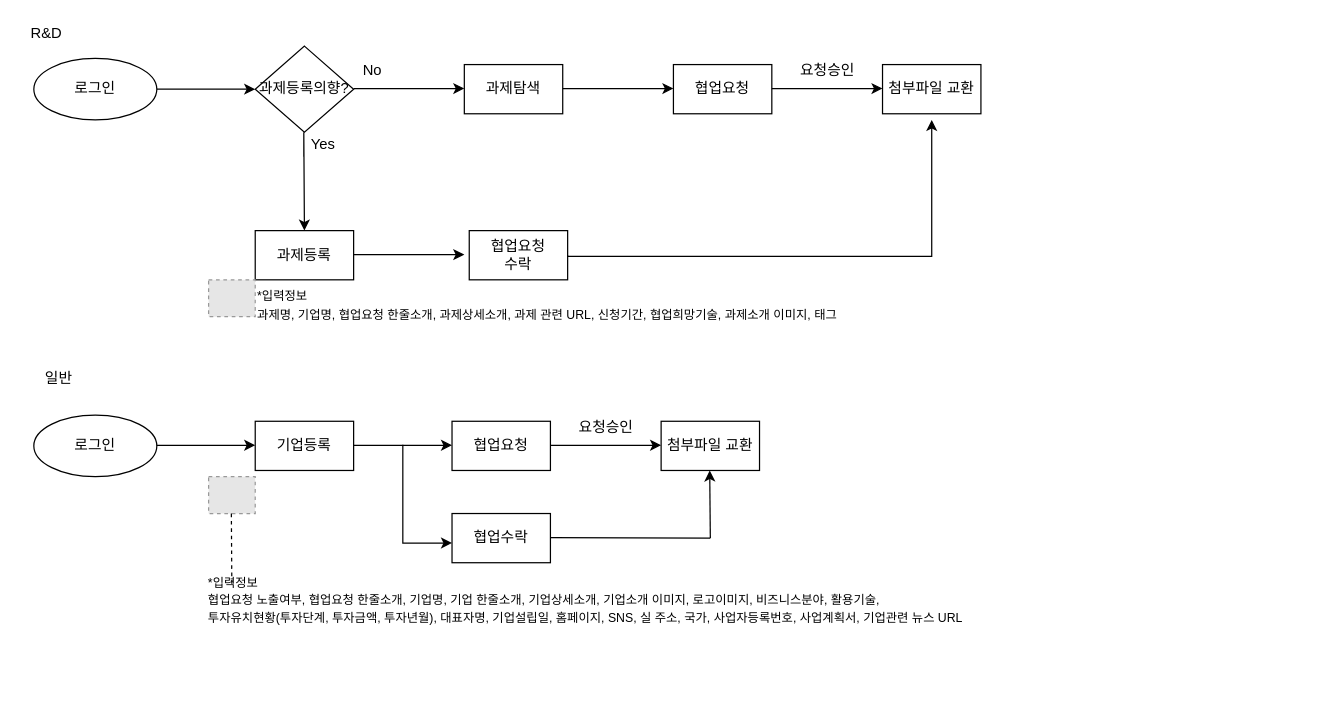
Lucidhomme/TIL keeps this draw.io diagram as 협업_수정.drawio. Above is the earlier version. Source tidied: cells renumbered, new cells numbered last; positions are measured from the earlier drawing's top-left corner, leaving out a move shared by most shapes. Both pictures are drawn from the tidied source at 123%, with x=0, y=0 at pixel (21, 21). Pictures stored in the file or linked from it are replaced by grey dashed boxes.
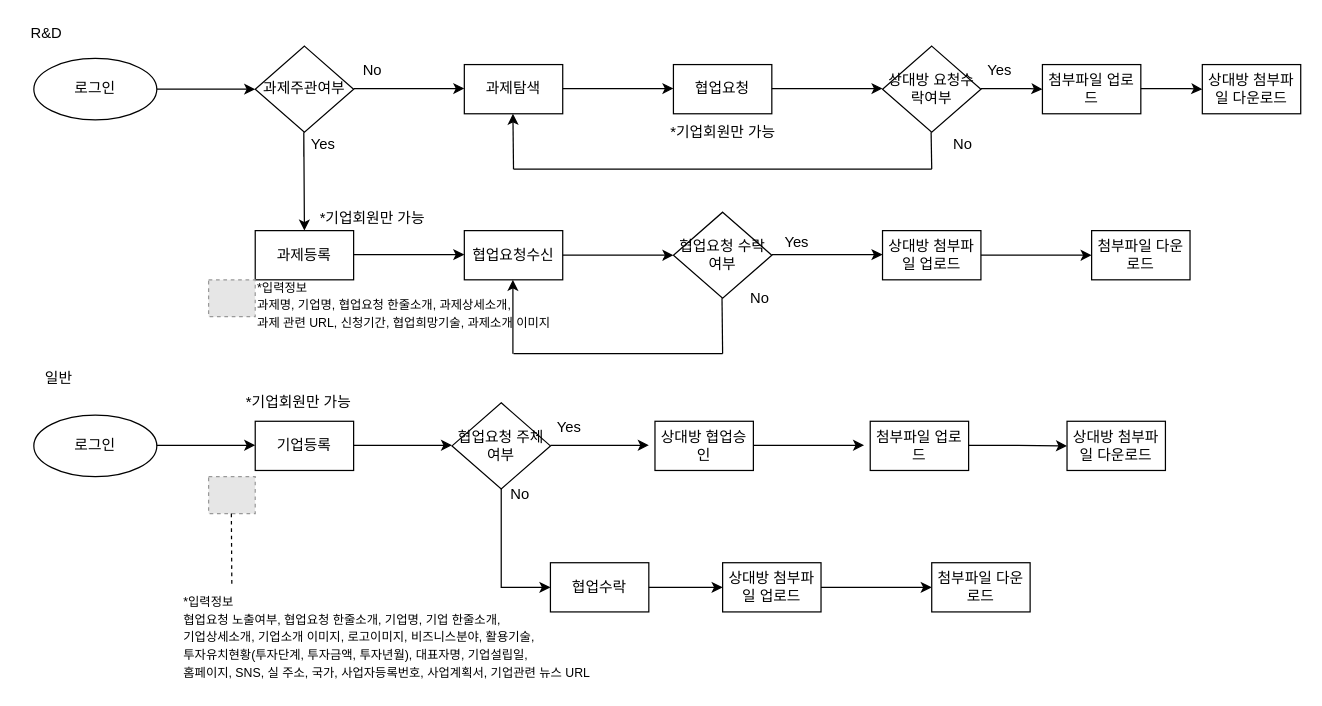
The same diagram, later.

Change to the diagram source:
```diff
@@
-    <mxCell id="5" value="과제등록의향?" style="rhombus;whiteSpace=wrap;html=1;" parent="1" vertex="1">
+    <mxCell id="5" value="과제주관여부" style="rhombus;whiteSpace=wrap;html=1;" parent="1" vertex="1">
       <mxGeometry x="190" y="20" width="80" height="70" as="geometry" />
     </mxCell>
@@
-    <mxCell id="15" value="첨부파일 교환" style="rounded=0;whiteSpace=wrap;html=1;" parent="1" vertex="1">
-      <mxGeometry x="700" y="35" width="80" height="40" as="geometry" />
+    <mxCell id="15" value="첨부파일 업로드" style="rounded=0;whiteSpace=wrap;html=1;" parent="1" vertex="1">
+      <mxGeometry x="830" y="35" width="80" height="40" as="geometry" />
     </mxCell>
-    <mxCell id="16" value="요청승인" style="text;html=1;align=center;verticalAlign=middle;fillColor=none;strokeColor=none;rounded=0;" parent="1" vertex="1">
-      <mxGeometry x="625" y="30" width="60" height="20" as="geometry" />
-    </mxCell>
@@
-    <mxCell id="18" value="협업요청&lt;br&gt;수락" style="rounded=0;whiteSpace=wrap;html=1;" parent="1" vertex="1">
-      <mxGeometry x="364" y="170" width="80" height="40" as="geometry" />
-    </mxCell>
-    <mxCell id="19" style="edgeStyle=orthogonalEdgeStyle;rounded=0;orthogonalLoop=1;jettySize=auto;html=1;" parent="1" edge="1">
-      <mxGeometry relative="1" as="geometry">
-        <mxPoint x="444" y="190" as="sourcePoint" />
-        <mxPoint x="740" y="80" as="targetPoint" />
-        <Array as="points">
-          <mxPoint x="444" y="191" />
-          <mxPoint x="740" y="191" />
-          <mxPoint x="740" y="80" />
-        </Array>
-      </mxGeometry>
-    </mxCell>
@@
-    <mxCell id="25" value="협업요청" style="rounded=0;whiteSpace=wrap;html=1;" parent="1" vertex="1">
-      <mxGeometry x="350" y="325" width="80" height="40" as="geometry" />
+    <mxCell id="25" value="상대방 협업승인" style="rounded=0;whiteSpace=wrap;html=1;" parent="1" vertex="1">
+      <mxGeometry x="515" y="325" width="80" height="40" as="geometry" />
     </mxCell>
     <mxCell id="26" style="edgeStyle=orthogonalEdgeStyle;rounded=0;orthogonalLoop=1;jettySize=auto;html=1;" parent="1" edge="1">
       <mxGeometry relative="1" as="geometry">
-        <mxPoint x="430" y="344.5" as="sourcePoint" />
-        <mxPoint x="520" y="344.5" as="targetPoint" />
+        <mxPoint x="595" y="344.5" as="sourcePoint" />
+        <mxPoint x="685" y="344.5" as="targetPoint" />
         <Array as="points">
-          <mxPoint x="470" y="345" />
-          <mxPoint x="470" y="345" />
+          <mxPoint x="635" y="345" />
+          <mxPoint x="635" y="345" />
         </Array>
       </mxGeometry>
     </mxCell>
-    <mxCell id="27" value="요청승인" style="text;html=1;align=center;verticalAlign=middle;fillColor=none;strokeColor=none;rounded=0;" parent="1" vertex="1">
-      <mxGeometry x="445" y="320" width="60" height="20" as="geometry" />
-    </mxCell>
-    <mxCell id="28" value="첨부파일 교환" style="rounded=0;whiteSpace=wrap;html=1;" parent="1" vertex="1">
-      <mxGeometry x="520" y="325" width="80" height="40" as="geometry" />
-    </mxCell>
     <mxCell id="29" style="edgeStyle=orthogonalEdgeStyle;rounded=0;orthogonalLoop=1;jettySize=auto;html=1;" parent="1" edge="1">
       <mxGeometry relative="1" as="geometry">
-        <mxPoint x="310" y="364" as="sourcePoint" />
-        <mxPoint x="350" y="424" as="targetPoint" />
+        <mxPoint x="390" y="400" as="sourcePoint" />
+        <mxPoint x="430" y="460" as="targetPoint" />
         <Array as="points">
-          <mxPoint x="310" y="344" />
-          <mxPoint x="310" y="344" />
+          <mxPoint x="390" y="380" />
+          <mxPoint x="390" y="380" />
         </Array>
       </mxGeometry>
     </mxCell>
     <mxCell id="30" value="협업수락" style="rounded=0;whiteSpace=wrap;html=1;" parent="1" vertex="1">
-      <mxGeometry x="350" y="400" width="80" height="40" as="geometry" />
+      <mxGeometry x="430" y="440" width="80" height="40" as="geometry" />
     </mxCell>
-    <mxCell id="31" style="endArrow=none;html=1;" parent="1" edge="1">
-      <mxGeometry relative="1" as="geometry">
-        <mxPoint x="430" y="419.5" as="sourcePoint" />
-        <mxPoint x="560" y="420" as="targetPoint" />
-      </mxGeometry>
-    </mxCell>
     <mxCell id="32" style="endArrow=classic;html=1;" parent="1" edge="1">
       <mxGeometry relative="1" as="geometry">
-        <mxPoint x="560" y="420" as="sourcePoint" />
-        <mxPoint x="559.5" y="365" as="targetPoint" />
+        <mxPoint x="510" y="460" as="sourcePoint" />
+        <mxPoint x="570" y="460" as="targetPoint" />
       </mxGeometry>
     </mxCell>
@@
-    <mxCell id="35" value="&lt;font style=&quot;font-size: 10px&quot;&gt;*입력정보&lt;br&gt;&lt;/font&gt;&lt;p style=&quot;margin-top: 0pt ; margin-bottom: 0pt ; margin-left: 0in ; text-indent: 0in ; direction: ltr ; unicode-bidi: embed&quot;&gt;&lt;font style=&quot;font-size: 10px&quot;&gt;&lt;span style=&quot;font-family: &amp;#34;맑은 고딕&amp;#34;&quot;&gt;과제명&lt;/span&gt;&lt;span style=&quot;font-family: &amp;#34;맑은 고딕&amp;#34;&quot;&gt;, &lt;/span&gt;&lt;span style=&quot;font-family: &amp;#34;맑은 고딕&amp;#34;&quot;&gt;기업명&lt;/span&gt;&lt;span style=&quot;font-family: &amp;#34;맑은 고딕&amp;#34;&quot;&gt;, &lt;/span&gt;&lt;span style=&quot;font-family: &amp;#34;맑은 고딕&amp;#34;&quot;&gt;협업요청 &lt;/span&gt;&lt;span style=&quot;font-family: &amp;#34;맑은 고딕&amp;#34;&quot;&gt;한줄소개&lt;/span&gt;&lt;span style=&quot;font-family: &amp;#34;맑은 고딕&amp;#34;&quot;&gt;, 과제상세&lt;/span&gt;&lt;span style=&quot;font-family: &amp;#34;맑은 고딕&amp;#34;&quot;&gt;소개&lt;/span&gt;&lt;span style=&quot;font-family: &amp;#34;맑은 고딕&amp;#34;&quot;&gt;, &lt;/span&gt;&lt;span style=&quot;font-family: &amp;#34;맑은 고딕&amp;#34;&quot;&gt;과제 관련 &lt;/span&gt;&lt;span style=&quot;font-family: &amp;#34;맑은 고딕&amp;#34;&quot;&gt;URL&lt;/span&gt;&lt;span style=&quot;font-family: &amp;#34;맑은 고딕&amp;#34;&quot;&gt;, &lt;/span&gt;&lt;span style=&quot;font-family: &amp;#34;맑은 고딕&amp;#34;&quot;&gt;신청기간&lt;/span&gt;&lt;span style=&quot;font-family: &amp;#34;맑은 고딕&amp;#34;&quot;&gt;, &lt;/span&gt;&lt;span style=&quot;font-family: &amp;#34;맑은 고딕&amp;#34;&quot;&gt;협업희망기술&lt;/span&gt;&lt;span style=&quot;font-family: &amp;#34;맑은 고딕&amp;#34;&quot;&gt;, 과제소개&amp;nbsp;&lt;/span&gt;&lt;span style=&quot;font-family: &amp;#34;맑은 고딕&amp;#34;&quot;&gt;이미지&lt;/span&gt;&lt;span style=&quot;font-family: &amp;#34;맑은 고딕&amp;#34;&quot;&gt;, &lt;/span&gt;&lt;span style=&quot;font-family: &amp;#34;맑은 고딕&amp;#34;&quot;&gt;태그&lt;/span&gt;&lt;/font&gt;&lt;/p&gt;" style="text;html=1;align=left;verticalAlign=middle;fillColor=none;strokeColor=none;rounded=0;" parent="1" vertex="1">
-      <mxGeometry x="190" y="210" width="520" height="40" as="geometry" />
+    <mxCell id="35" value="&lt;font style=&quot;font-size: 10px&quot;&gt;*입력정보&lt;br&gt;&lt;/font&gt;&lt;p style=&quot;margin-top: 0pt ; margin-bottom: 0pt ; margin-left: 0in ; text-indent: 0in ; direction: ltr ; unicode-bidi: embed&quot;&gt;&lt;font style=&quot;font-size: 10px&quot;&gt;&lt;span style=&quot;font-family: &amp;#34;맑은 고딕&amp;#34;&quot;&gt;과제명&lt;/span&gt;&lt;span style=&quot;font-family: &amp;#34;맑은 고딕&amp;#34;&quot;&gt;, &lt;/span&gt;&lt;span style=&quot;font-family: &amp;#34;맑은 고딕&amp;#34;&quot;&gt;기업명&lt;/span&gt;&lt;span style=&quot;font-family: &amp;#34;맑은 고딕&amp;#34;&quot;&gt;, &lt;/span&gt;&lt;span style=&quot;font-family: &amp;#34;맑은 고딕&amp;#34;&quot;&gt;협업요청 &lt;/span&gt;&lt;span style=&quot;font-family: &amp;#34;맑은 고딕&amp;#34;&quot;&gt;한줄소개&lt;/span&gt;&lt;span style=&quot;font-family: &amp;#34;맑은 고딕&amp;#34;&quot;&gt;, 과제상세&lt;/span&gt;&lt;span style=&quot;font-family: &amp;#34;맑은 고딕&amp;#34;&quot;&gt;소개&lt;/span&gt;&lt;span style=&quot;font-family: &amp;#34;맑은 고딕&amp;#34;&quot;&gt;,&amp;nbsp;&lt;/span&gt;&lt;/font&gt;&lt;/p&gt;&lt;p style=&quot;margin-top: 0pt ; margin-bottom: 0pt ; margin-left: 0in ; text-indent: 0in ; direction: ltr ; unicode-bidi: embed&quot;&gt;&lt;font style=&quot;font-size: 10px&quot;&gt;&lt;span style=&quot;font-family: &amp;#34;맑은 고딕&amp;#34;&quot;&gt;과제 관련 &lt;/span&gt;&lt;span style=&quot;font-family: &amp;#34;맑은 고딕&amp;#34;&quot;&gt;URL&lt;/span&gt;&lt;span style=&quot;font-family: &amp;#34;맑은 고딕&amp;#34;&quot;&gt;,&amp;nbsp;&lt;/span&gt;&lt;/font&gt;&lt;span style=&quot;font-size: 10px ; text-indent: 0in ; font-family: &amp;#34;맑은 고딕&amp;#34;&quot;&gt;신청기간&lt;/span&gt;&lt;span style=&quot;font-size: 10px ; text-indent: 0in ; font-family: &amp;#34;맑은 고딕&amp;#34;&quot;&gt;, &lt;/span&gt;&lt;span style=&quot;font-size: 10px ; text-indent: 0in ; font-family: &amp;#34;맑은 고딕&amp;#34;&quot;&gt;협업희망기술&lt;/span&gt;&lt;span style=&quot;font-size: 10px ; text-indent: 0in ; font-family: &amp;#34;맑은 고딕&amp;#34;&quot;&gt;, 과제소개&amp;nbsp;&lt;/span&gt;&lt;span style=&quot;font-size: 10px ; text-indent: 0in ; font-family: &amp;#34;맑은 고딕&amp;#34;&quot;&gt;이미지&lt;/span&gt;&lt;/p&gt;" style="text;html=1;align=left;verticalAlign=middle;fillColor=none;strokeColor=none;rounded=0;" parent="1" vertex="1">
+      <mxGeometry x="190" y="205" width="270" height="50" as="geometry" />
     </mxCell>
-    <mxCell id="36" value="&lt;font style=&quot;font-size: 10px&quot;&gt;*입력정보&lt;br&gt;&lt;/font&gt;&lt;p style=&quot;margin-top: 0pt ; margin-bottom: 0pt ; margin-left: 0in ; text-indent: 0in ; direction: ltr ; unicode-bidi: embed&quot;&gt;&lt;font style=&quot;font-size: 10px&quot;&gt;&lt;span style=&quot;font-family: &amp;#34;맑은 고딕&amp;#34;&quot;&gt;협업요청 노출여부, 협업요청 한줄소개,&amp;nbsp;&lt;/span&gt;&lt;span style=&quot;font-family: &amp;#34;맑은 고딕&amp;#34;&quot;&gt;기업명&lt;/span&gt;&lt;span style=&quot;font-family: &amp;#34;맑은 고딕&amp;#34;&quot;&gt;, 기업&lt;/span&gt;&lt;span style=&quot;font-family: &amp;#34;맑은 고딕&amp;#34;&quot;&gt;&amp;nbsp;&lt;/span&gt;&lt;span style=&quot;font-family: &amp;#34;맑은 고딕&amp;#34;&quot;&gt;한줄소개&lt;/span&gt;&lt;span style=&quot;font-family: &amp;#34;맑은 고딕&amp;#34;&quot;&gt;, 기업상세소개&lt;/span&gt;&lt;span style=&quot;font-family: &amp;#34;맑은 고딕&amp;#34;&quot;&gt;, 기업소개 이미지, 로고이미지, 비즈니스분야, 활용기술,&amp;nbsp;&lt;/span&gt;&lt;/font&gt;&lt;/p&gt;&lt;p style=&quot;margin-top: 0pt ; margin-bottom: 0pt ; margin-left: 0in ; text-indent: 0in ; direction: ltr ; unicode-bidi: embed&quot;&gt;&lt;font style=&quot;font-size: 10px&quot;&gt;&lt;span style=&quot;font-family: &amp;#34;맑은 고딕&amp;#34;&quot;&gt;투자유치현황(투자단계, 투자금액, 투자년월),&amp;nbsp;&lt;/span&gt;&lt;/font&gt;&lt;span style=&quot;font-family: &amp;#34;맑은 고딕&amp;#34; ; font-size: 10px ; text-indent: 0in&quot;&gt;대표자명, 기업설립일, 홈페이지, SNS, 실 주소, 국가, 사업자등록번호, 사업계획서, 기업관련 뉴스 URL&lt;/span&gt;&lt;/p&gt;" style="text;html=1;align=left;verticalAlign=middle;fillColor=none;strokeColor=none;rounded=0;" parent="1" vertex="1">
-      <mxGeometry x="150" y="445" width="670" height="50" as="geometry" />
+    <mxCell id="36" value="&lt;font style=&quot;font-size: 10px&quot;&gt;*입력정보&lt;br&gt;&lt;/font&gt;&lt;p style=&quot;margin-top: 0pt ; margin-bottom: 0pt ; margin-left: 0in ; text-indent: 0in ; direction: ltr ; unicode-bidi: embed&quot;&gt;&lt;font style=&quot;font-size: 10px&quot;&gt;&lt;span style=&quot;font-family: &amp;#34;맑은 고딕&amp;#34;&quot;&gt;협업요청 노출여부, 협업요청 한줄소개,&amp;nbsp;&lt;/span&gt;&lt;span style=&quot;font-family: &amp;#34;맑은 고딕&amp;#34;&quot;&gt;기업명&lt;/span&gt;&lt;span style=&quot;font-family: &amp;#34;맑은 고딕&amp;#34;&quot;&gt;, 기업&lt;/span&gt;&lt;span style=&quot;font-family: &amp;#34;맑은 고딕&amp;#34;&quot;&gt;&amp;nbsp;&lt;/span&gt;&lt;span style=&quot;font-family: &amp;#34;맑은 고딕&amp;#34;&quot;&gt;한줄소개&lt;/span&gt;&lt;span style=&quot;font-family: &amp;#34;맑은 고딕&amp;#34;&quot;&gt;,&amp;nbsp;&lt;/span&gt;&lt;/font&gt;&lt;/p&gt;&lt;p style=&quot;margin-top: 0pt ; margin-bottom: 0pt ; margin-left: 0in ; text-indent: 0in ; direction: ltr ; unicode-bidi: embed&quot;&gt;&lt;font style=&quot;font-size: 10px&quot;&gt;&lt;span style=&quot;font-family: &amp;#34;맑은 고딕&amp;#34;&quot;&gt;기업상세소개&lt;/span&gt;&lt;span style=&quot;font-family: &amp;#34;맑은 고딕&amp;#34;&quot;&gt;, 기업소개 이미지, 로고이미지, 비즈니스분야, 활용기술,&amp;nbsp;&lt;/span&gt;&lt;/font&gt;&lt;/p&gt;&lt;p style=&quot;margin-top: 0pt ; margin-bottom: 0pt ; margin-left: 0in ; text-indent: 0in ; direction: ltr ; unicode-bidi: embed&quot;&gt;&lt;font style=&quot;font-size: 10px&quot;&gt;&lt;span style=&quot;font-family: &amp;#34;맑은 고딕&amp;#34;&quot;&gt;투자유치현황(투자단계, 투자금액, 투자년월),&amp;nbsp;&lt;/span&gt;&lt;/font&gt;&lt;span style=&quot;font-family: &amp;#34;맑은 고딕&amp;#34; ; font-size: 10px ; text-indent: 0in&quot;&gt;대표자명, 기업설립일,&amp;nbsp;&lt;/span&gt;&lt;/p&gt;&lt;p style=&quot;margin-top: 0pt ; margin-bottom: 0pt ; margin-left: 0in ; text-indent: 0in ; direction: ltr ; unicode-bidi: embed&quot;&gt;&lt;span style=&quot;font-family: &amp;#34;맑은 고딕&amp;#34; ; font-size: 10px ; text-indent: 0in&quot;&gt;홈페이지, SNS, 실 주소, 국가, 사업자등록번호, 사업계획서, 기업관련 뉴스 URL&lt;/span&gt;&lt;/p&gt;" style="text;html=1;align=left;verticalAlign=middle;fillColor=none;strokeColor=none;rounded=0;" parent="1" vertex="1">
+      <mxGeometry x="130" y="460" width="370" height="80" as="geometry" />
     </mxCell>
@@
+    <mxCell id="38" value="*기업회원만 가능" style="text;html=1;align=center;verticalAlign=middle;fillColor=none;strokeColor=none;rounded=0;" parent="1" vertex="1">
+      <mxGeometry x="515" y="80" width="110" height="20" as="geometry" />
+    </mxCell>
+    <mxCell id="39" value="상대방 요청수락여부" style="rhombus;whiteSpace=wrap;html=1;" parent="1" vertex="1">
+      <mxGeometry x="700" y="20" width="80" height="70" as="geometry" />
+    </mxCell>
+    <mxCell id="40" style="edgeStyle=orthogonalEdgeStyle;rounded=0;orthogonalLoop=1;jettySize=auto;html=1;" parent="1" edge="1">
+      <mxGeometry relative="1" as="geometry">
+        <mxPoint x="780" y="54.5" as="sourcePoint" />
+        <mxPoint x="830" y="55" as="targetPoint" />
+        <Array as="points">
+          <mxPoint x="820" y="55" />
+          <mxPoint x="820" y="55" />
+        </Array>
+      </mxGeometry>
+    </mxCell>
+    <mxCell id="41" value="Yes" style="text;html=1;align=center;verticalAlign=middle;fillColor=none;strokeColor=none;rounded=0;" parent="1" vertex="1">
+      <mxGeometry x="780" y="30" width="30" height="20" as="geometry" />
+    </mxCell>
+    <mxCell id="42" value="No" style="text;html=1;align=center;verticalAlign=middle;fillColor=none;strokeColor=none;rounded=0;" parent="1" vertex="1">
+      <mxGeometry x="750" y="90" width="30" height="20" as="geometry" />
+    </mxCell>
+    <mxCell id="43" style="edgeStyle=orthogonalEdgeStyle;rounded=0;orthogonalLoop=1;jettySize=auto;html=1;" parent="1" edge="1">
+      <mxGeometry relative="1" as="geometry">
+        <mxPoint x="910" y="54.5" as="sourcePoint" />
+        <mxPoint x="960" y="55" as="targetPoint" />
+        <Array as="points">
+          <mxPoint x="950" y="55" />
+          <mxPoint x="950" y="55" />
+        </Array>
+      </mxGeometry>
+    </mxCell>
+    <mxCell id="44" value="상대방 첨부파일 다운로드" style="rounded=0;whiteSpace=wrap;html=1;" parent="1" vertex="1">
+      <mxGeometry x="960" y="35" width="80" height="40" as="geometry" />
+    </mxCell>
+    <mxCell id="45" style="endArrow=none;html=1;" parent="1" edge="1">
+      <mxGeometry relative="1" as="geometry">
+        <mxPoint x="740" y="120" as="sourcePoint" />
+        <mxPoint x="739.5" y="90" as="targetPoint" />
+      </mxGeometry>
+    </mxCell>
+    <mxCell id="46" style="endArrow=none;html=1;" parent="1" edge="1">
+      <mxGeometry relative="1" as="geometry">
+        <mxPoint x="400" y="120" as="sourcePoint" />
+        <mxPoint x="740" y="120" as="targetPoint" />
+      </mxGeometry>
+    </mxCell>
+    <mxCell id="47" style="endArrow=classic;html=1;" parent="1" edge="1">
+      <mxGeometry relative="1" as="geometry">
+        <mxPoint x="400" y="120" as="sourcePoint" />
+        <mxPoint x="399.5" y="75" as="targetPoint" />
+      </mxGeometry>
+    </mxCell>
+    <mxCell id="48" value="*기업회원만 가능" style="text;html=1;align=center;verticalAlign=middle;fillColor=none;strokeColor=none;rounded=0;" parent="1" vertex="1">
+      <mxGeometry x="230" y="150" width="110" height="20" as="geometry" />
+    </mxCell>
+    <mxCell id="49" style="edgeStyle=orthogonalEdgeStyle;rounded=0;orthogonalLoop=1;jettySize=auto;html=1;" parent="1" edge="1">
+      <mxGeometry relative="1" as="geometry">
+        <mxPoint x="610" y="189.5" as="sourcePoint" />
+        <mxPoint x="700" y="189.5" as="targetPoint" />
+        <Array as="points">
+          <mxPoint x="650" y="190" />
+          <mxPoint x="650" y="190" />
+        </Array>
+      </mxGeometry>
+    </mxCell>
+    <mxCell id="50" value="Yes" style="text;html=1;align=center;verticalAlign=middle;fillColor=none;strokeColor=none;rounded=0;" parent="1" vertex="1">
+      <mxGeometry x="615" y="170" width="30" height="20" as="geometry" />
+    </mxCell>
+    <mxCell id="51" value="상대방 첨부파일 업로드" style="rounded=0;whiteSpace=wrap;html=1;" parent="1" vertex="1">
+      <mxGeometry x="700" y="170" width="80" height="40" as="geometry" />
+    </mxCell>
+    <mxCell id="52" style="edgeStyle=orthogonalEdgeStyle;rounded=0;orthogonalLoop=1;jettySize=auto;html=1;" parent="1" edge="1">
+      <mxGeometry relative="1" as="geometry">
+        <mxPoint x="780" y="190" as="sourcePoint" />
+        <mxPoint x="870" y="190" as="targetPoint" />
+        <Array as="points">
+          <mxPoint x="820" y="190.5" />
+          <mxPoint x="820" y="190.5" />
+        </Array>
+      </mxGeometry>
+    </mxCell>
+    <mxCell id="53" value="첨부파일 다운로드" style="rounded=0;whiteSpace=wrap;html=1;" parent="1" vertex="1">
+      <mxGeometry x="870" y="170" width="80" height="40" as="geometry" />
+    </mxCell>
+    <mxCell id="54" value="협업요청수신" style="rounded=0;whiteSpace=wrap;html=1;" parent="1" vertex="1">
+      <mxGeometry x="360" y="170" width="80" height="40" as="geometry" />
+    </mxCell>
+    <mxCell id="55" style="edgeStyle=orthogonalEdgeStyle;rounded=0;orthogonalLoop=1;jettySize=auto;html=1;" parent="1" edge="1">
+      <mxGeometry relative="1" as="geometry">
+        <mxPoint x="440" y="190" as="sourcePoint" />
+        <mxPoint x="530" y="190" as="targetPoint" />
+        <Array as="points">
+          <mxPoint x="480" y="190.5" />
+          <mxPoint x="480" y="190.5" />
+        </Array>
+      </mxGeometry>
+    </mxCell>
+    <mxCell id="56" value="협업요청 수락여부" style="rhombus;whiteSpace=wrap;html=1;" parent="1" vertex="1">
+      <mxGeometry x="530" y="155" width="80" height="70" as="geometry" />
+    </mxCell>
+    <mxCell id="57" value="No" style="text;html=1;align=center;verticalAlign=middle;fillColor=none;strokeColor=none;rounded=0;" parent="1" vertex="1">
+      <mxGeometry x="585" y="215" width="30" height="20" as="geometry" />
+    </mxCell>
+    <mxCell id="58" style="endArrow=none;html=1;" parent="1" edge="1">
+      <mxGeometry relative="1" as="geometry">
+        <mxPoint x="570" y="270" as="sourcePoint" />
+        <mxPoint x="569.5" y="225" as="targetPoint" />
+      </mxGeometry>
+    </mxCell>
+    <mxCell id="59" style="endArrow=none;html=1;" parent="1" edge="1">
+      <mxGeometry relative="1" as="geometry">
+        <mxPoint x="400" y="270" as="sourcePoint" />
+        <mxPoint x="570" y="270" as="targetPoint" />
+      </mxGeometry>
+    </mxCell>
+    <mxCell id="60" style="endArrow=classic;html=1;" parent="1" edge="1">
+      <mxGeometry relative="1" as="geometry">
+        <mxPoint x="399.5" y="270" as="sourcePoint" />
+        <mxPoint x="399.5" y="210" as="targetPoint" />
+      </mxGeometry>
+    </mxCell>
+    <mxCell id="61" value="*기업회원만 가능" style="text;html=1;align=center;verticalAlign=middle;fillColor=none;strokeColor=none;rounded=0;" parent="1" vertex="1">
+      <mxGeometry x="170" y="300" width="110" height="20" as="geometry" />
+    </mxCell>
+    <mxCell id="62" value="협업요청 주체여부" style="rhombus;whiteSpace=wrap;html=1;" parent="1" vertex="1">
+      <mxGeometry x="350" y="310" width="80" height="70" as="geometry" />
+    </mxCell>
+    <mxCell id="63" style="edgeStyle=orthogonalEdgeStyle;rounded=0;orthogonalLoop=1;jettySize=auto;html=1;" parent="1" edge="1">
+      <mxGeometry relative="1" as="geometry">
+        <mxPoint x="430" y="344.5" as="sourcePoint" />
+        <mxPoint x="510" y="344.5" as="targetPoint" />
+      </mxGeometry>
+    </mxCell>
+    <mxCell id="64" value="Yes" style="text;html=1;align=center;verticalAlign=middle;fillColor=none;strokeColor=none;rounded=0;" parent="1" vertex="1">
+      <mxGeometry x="430" y="320" width="30" height="20" as="geometry" />
+    </mxCell>
+    <mxCell id="65" value="No" style="text;html=1;align=center;verticalAlign=middle;fillColor=none;strokeColor=none;rounded=0;" parent="1" vertex="1">
+      <mxGeometry x="390" y="375" width="30" height="20" as="geometry" />
+    </mxCell>
+    <mxCell id="66" value="첨부파일 업로드" style="rounded=0;whiteSpace=wrap;html=1;" parent="1" vertex="1">
+      <mxGeometry x="690" y="325" width="80" height="40" as="geometry" />
+    </mxCell>
+    <mxCell id="67" style="edgeStyle=orthogonalEdgeStyle;rounded=0;orthogonalLoop=1;jettySize=auto;html=1;" parent="1" edge="1">
+      <mxGeometry relative="1" as="geometry">
+        <mxPoint x="770" y="344.5" as="sourcePoint" />
+        <mxPoint x="850" y="345" as="targetPoint" />
+        <Array as="points">
+          <mxPoint x="810" y="345" />
+          <mxPoint x="810" y="345" />
+        </Array>
+      </mxGeometry>
+    </mxCell>
+    <mxCell id="68" value="상대방 첨부파일 다운로드" style="rounded=0;whiteSpace=wrap;html=1;" parent="1" vertex="1">
+      <mxGeometry x="850" y="325" width="80" height="40" as="geometry" />
+    </mxCell>
+    <mxCell id="69" value="상대방 첨부파일 업로드" style="rounded=0;whiteSpace=wrap;html=1;" parent="1" vertex="1">
+      <mxGeometry x="570" y="440" width="80" height="40" as="geometry" />
+    </mxCell>
+    <mxCell id="70" style="edgeStyle=orthogonalEdgeStyle;rounded=0;orthogonalLoop=1;jettySize=auto;html=1;" parent="1" edge="1">
+      <mxGeometry relative="1" as="geometry">
+        <mxPoint x="650" y="460" as="sourcePoint" />
+        <mxPoint x="740" y="460" as="targetPoint" />
+        <Array as="points">
+          <mxPoint x="690" y="460.5" />
+          <mxPoint x="690" y="460.5" />
+        </Array>
+      </mxGeometry>
+    </mxCell>
+    <mxCell id="71" value="첨부파일 다운로드" style="rounded=0;whiteSpace=wrap;html=1;" parent="1" vertex="1">
+      <mxGeometry x="740" y="440" width="80" height="40" as="geometry" />
+    </mxCell>
```
